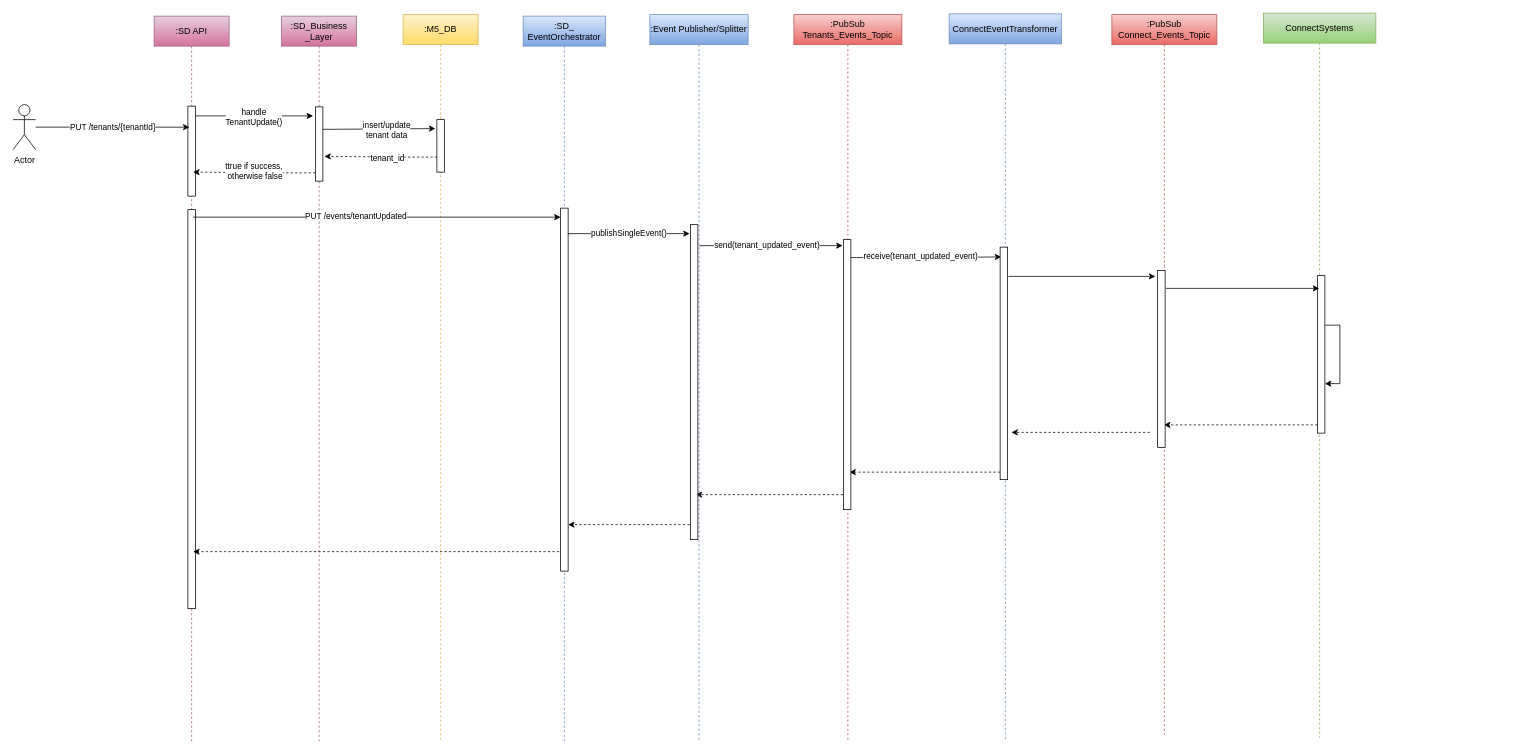
This is TenantSequence.drawio from srinivaspuranamhyd/arc-diagrams, a draw.io file, before an edit. Source tidied: cells renumbered, new cells numbered last; positions are measured from the earlier drawing's top-left corner, leaving out a move shared by most shapes. Both pictures are drawn from the tidied source at 75%, with x=0, y=0 at pixel (13, 13).
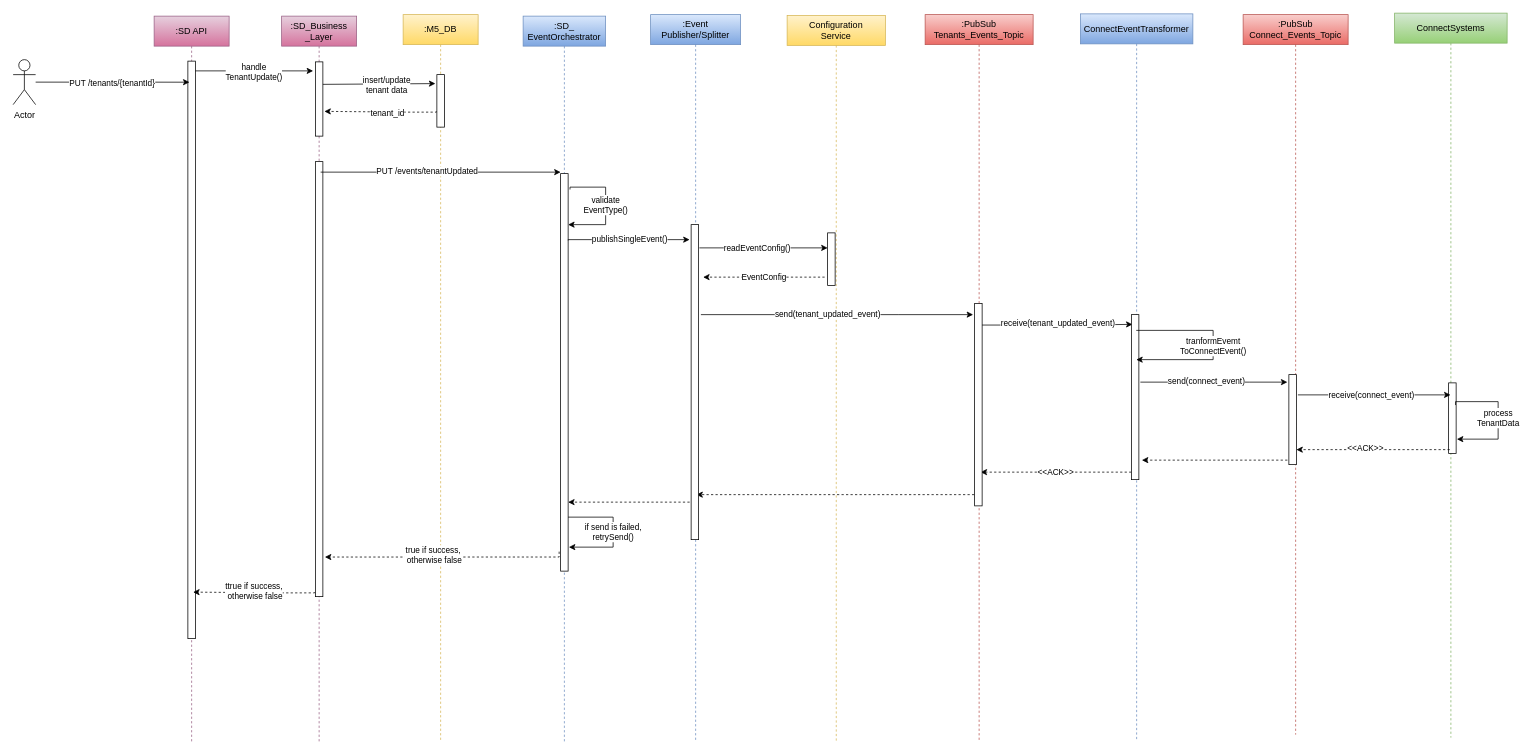
The same page after the edit.

Unchanged cells that the change refers to:
```xml
<mxCell id="7" value=":SD API" style="shape=umlLifeline;perimeter=lifelinePerimeter;whiteSpace=wrap;html=1;outlineConnect=0;gradientColor=#d5739d;fillColor=#e6d0de;strokeColor=#996185;" parent="1" vertex="1">
  <mxGeometry x="188" y="4" width="100" height="968" as="geometry" />
</mxCell>
<mxCell id="12" value=":SD_Business _Layer" style="shape=umlLifeline;perimeter=lifelinePerimeter;whiteSpace=wrap;html=1;gradientColor=#d5739d;fillColor=#e6d0de;strokeColor=#996185;" parent="1" vertex="1">
  <mxGeometry x="358" y="4" width="100" height="968" as="geometry" />
</mxCell>
<mxCell id="14" value=":SD_ EventOrchestrator" style="shape=umlLifeline;perimeter=lifelinePerimeter;whiteSpace=wrap;html=1;gradientColor=#7ea6e0;fillColor=#dae8fc;strokeColor=#6c8ebf;" parent="1" vertex="1">
  <mxGeometry x="680" y="4" width="110" height="968" as="geometry" />
</mxCell>
<mxCell id="23" value=":M5_DB" style="shape=umlLifeline;perimeter=lifelinePerimeter;whiteSpace=wrap;html=1;gradientColor=#ffd966;fillColor=#fff2cc;strokeColor=#d6b656;" parent="1" vertex="1">
  <mxGeometry x="520" y="2" width="100" height="970" as="geometry" />
</mxCell>
```

Change to the diagram source:
```diff
@@
     <mxCell id="2" style="edgeStyle=orthogonalEdgeStyle;rounded=0;jettySize=auto;html=1;dashed=1;" parent="1" edge="1" source="16">
       <mxGeometry relative="1" as="geometry">
-        <mxPoint x="910" y="642" as="targetPoint" />
+        <mxPoint x="911" y="642" as="targetPoint" />
         <Array as="points">
-          <mxPoint x="1080" y="642" />
-          <mxPoint x="1080" y="642" />
+          <mxPoint x="1081" y="642" />
+          <mxPoint x="1081" y="642" />
         </Array>
       </mxGeometry>
     </mxCell>
-    <mxCell id="3" style="edgeStyle=orthogonalEdgeStyle;rounded=0;jettySize=auto;html=1;dashed=1;" parent="1" edge="1" source="44">
+    <mxCell id="3" value="&amp;lt;&amp;lt;ACK&amp;gt;&amp;gt;" style="edgeStyle=orthogonalEdgeStyle;rounded=0;jettySize=auto;html=1;dashed=1;" parent="1" edge="1" source="44">
       <mxGeometry relative="1" as="geometry">
-        <mxPoint x="1115" y="612" as="targetPoint" />
+        <mxPoint x="1290" y="612" as="targetPoint" />
         <Array as="points">
-          <mxPoint x="1290" y="612" />
-          <mxPoint x="1290" y="612" />
+          <mxPoint x="1465" y="612" />
+          <mxPoint x="1465" y="612" />
         </Array>
       </mxGeometry>
     </mxCell>
     <mxCell id="4" style="edgeStyle=orthogonalEdgeStyle;rounded=0;orthogonalLoop=1;jettySize=auto;html=1;dashed=1;" parent="1" edge="1">
       <mxGeometry relative="1" as="geometry">
-        <mxPoint x="1515.5" y="559" as="sourcePoint" />
-        <mxPoint x="1331" y="559" as="targetPoint" />
+        <mxPoint x="1699" y="596" as="sourcePoint" />
+        <mxPoint x="1505" y="596" as="targetPoint" />
         <Array as="points">
-          <mxPoint x="1406.5" y="559" />
-          <mxPoint x="1406.5" y="559" />
+          <mxPoint x="1580.5" y="596" />
+          <mxPoint x="1580.5" y="596" />
         </Array>
       </mxGeometry>
     </mxCell>
     <mxCell id="5" style="edgeStyle=orthogonalEdgeStyle;rounded=0;orthogonalLoop=1;jettySize=auto;html=1;" parent="1" edge="1">
       <mxGeometry relative="1" as="geometry">
-        <mxPoint x="237.5" y="137" as="sourcePoint" />
-        <mxPoint x="400" y="137" as="targetPoint" />
+        <mxPoint x="237.5" y="77" as="sourcePoint" />
+        <mxPoint x="400" y="77" as="targetPoint" />
         <Array as="points">
-          <mxPoint x="340" y="137" />
-          <mxPoint x="340" y="137" />
+          <mxPoint x="340" y="77" />
+          <mxPoint x="340" y="77" />
         </Array>
       </mxGeometry>
     </mxCell>
@@
     <mxCell id="8" style="html=1;perimeter=orthogonalPerimeter;" parent="7" vertex="1">
-      <mxGeometry x="45" y="120" width="10" height="120" as="geometry" />
+      <mxGeometry x="45" y="60" width="10" height="770" as="geometry" />
     </mxCell>
-    <mxCell id="9" style="html=1;points=[];perimeter=orthogonalPerimeter;" parent="7" vertex="1">
-      <mxGeometry x="45" y="258" width="10" height="532" as="geometry" />
-    </mxCell>
     <mxCell id="10" style="edgeStyle=orthogonalEdgeStyle;rounded=0;jettySize=auto;html=1;entryX=-0.2;entryY=0.171;entryDx=0;entryDy=0;entryPerimeter=0;" parent="1" edge="1" target="24">
       <mxGeometry relative="1" as="geometry">
-        <mxPoint x="407.5" y="156" as="sourcePoint" />
+        <mxPoint x="407.5" y="96" as="sourcePoint" />
         <Array as="points">
-          <mxPoint x="408" y="155" />
+          <mxPoint x="408" y="95" />
         </Array>
       </mxGeometry>
     </mxCell>
@@
     <mxCell id="13" style="html=1;perimeter=orthogonalPerimeter;" parent="12" vertex="1">
-      <mxGeometry x="45" y="121" width="10" height="99" as="geometry" />
+      <mxGeometry x="45" y="61" width="10" height="99" as="geometry" />
     </mxCell>
+    <mxCell id="9" style="html=1;points=[];perimeter=orthogonalPerimeter;" parent="12" vertex="1">
+      <mxGeometry x="45" y="194" width="10" height="580" as="geometry" />
+    </mxCell>
@@
     <mxCell id="15" style="html=1;points=[];perimeter=orthogonalPerimeter;" parent="14" vertex="1">
-      <mxGeometry x="50" y="256" width="10" height="484" as="geometry" />
+      <mxGeometry x="50" y="210" width="10" height="530" as="geometry" />
     </mxCell>
+    <mxCell id="48" value="validate&lt;br&gt;EventType()" style="edgeStyle=orthogonalEdgeStyle;rounded=0;orthogonalLoop=1;jettySize=auto;html=1;exitX=1.251;exitY=0.04;exitDx=0;exitDy=0;exitPerimeter=0;" parent="14" edge="1" source="15" target="15">
+      <mxGeometry x="-0.01" relative="1" as="geometry">
+        <Array as="points">
+          <mxPoint x="63" y="228" />
+          <mxPoint x="110" y="228" />
+          <mxPoint x="110" y="278" />
+        </Array>
+      </mxGeometry>
+    </mxCell>
+    <mxCell id="49" value="if send is failed,&lt;br&gt;retrySend()" style="edgeStyle=orthogonalEdgeStyle;rounded=0;jettySize=auto;html=1;" parent="14" edge="1" source="15">
+      <mxGeometry x="0.01" relative="1" as="geometry">
+        <mxPoint x="61" y="708" as="targetPoint" />
+        <Array as="points">
+          <mxPoint x="120" y="668" />
+          <mxPoint x="120" y="708" />
+          <mxPoint x="61" y="708" />
+        </Array>
+      </mxGeometry>
+    </mxCell>
     <mxCell id="16" value=":PubSub&lt;br&gt;Tenants_Events_Topic" style="shape=umlLifeline;perimeter=lifelinePerimeter;whiteSpace=wrap;html=1;outlineConnect=0;fillColor=#f8cecc;strokeColor=#b85450;gradientColor=#ea6b66;" parent="1" vertex="1">
-      <mxGeometry x="1041" y="2" width="144" height="970" as="geometry" />
+      <mxGeometry x="1216" y="2" width="144" height="970" as="geometry" />
     </mxCell>
     <mxCell id="17" value="ConnectEventTransformer" style="shape=umlLifeline;perimeter=lifelinePerimeter;whiteSpace=wrap;html=1;outlineConnect=0;gradientColor=#7ea6e0;fillColor=#dae8fc;strokeColor=#6c8ebf;" parent="1" vertex="1">
-      <mxGeometry x="1248" y="1" width="150" height="968" as="geometry" />
+      <mxGeometry x="1423" y="1" width="150" height="968" as="geometry" />
     </mxCell>
     <mxCell id="18" value="ConnectSystems" style="shape=umlLifeline;perimeter=lifelinePerimeter;whiteSpace=wrap;html=1;outlineConnect=0;gradientColor=#97d077;fillColor=#d5e8d4;strokeColor=#82b366;" parent="1" vertex="1">
-      <mxGeometry x="1667" width="150" height="966" as="geometry" />
+      <mxGeometry x="1842" width="150" height="966" as="geometry" />
     </mxCell>
     <mxCell id="19" style="html=1;points=[];perimeter=orthogonalPerimeter;" parent="18" vertex="1">
-      <mxGeometry x="72" y="350" width="10" height="210" as="geometry" />
+      <mxGeometry x="72" y="493" width="10" height="94" as="geometry" />
     </mxCell>
-    <mxCell id="20" style="edgeStyle=orthogonalEdgeStyle;rounded=0;orthogonalLoop=1;jettySize=auto;html=1;" parent="18" edge="1" source="19" target="19">
+    <mxCell id="20" value="process&lt;br&gt;TenantData" style="edgeStyle=orthogonalEdgeStyle;rounded=0;orthogonalLoop=1;jettySize=auto;html=1;exitX=0.923;exitY=0.209;exitDx=0;exitDy=0;exitPerimeter=0;" parent="18" edge="1">
       <mxGeometry relative="1" as="geometry">
+        <mxPoint x="81.2" y="522.6" as="sourcePoint" />
+        <mxPoint x="83" y="568" as="targetPoint" />
         <Array as="points">
-          <mxPoint x="102" y="416" />
+          <mxPoint x="81" y="518" />
+          <mxPoint x="138" y="518" />
+          <mxPoint x="138" y="568" />
         </Array>
       </mxGeometry>
     </mxCell>
     <mxCell id="21" style="edgeStyle=orthogonalEdgeStyle;rounded=0;orthogonalLoop=1;jettySize=auto;html=1;dashed=1;" parent="1" edge="1">
       <mxGeometry relative="1" as="geometry">
-        <mxPoint x="564.5" y="191" as="sourcePoint" />
-        <mxPoint x="415" y="191" as="targetPoint" />
+        <mxPoint x="564.5" y="131" as="sourcePoint" />
+        <mxPoint x="415" y="131" as="targetPoint" />
         <Array as="points">
-          <mxPoint x="525" y="192" />
-          <mxPoint x="525" y="192" />
+          <mxPoint x="525" y="132" />
+          <mxPoint x="525" y="132" />
         </Array>
       </mxGeometry>
     </mxCell>
@@
     <mxCell id="24" style="html=1;points=[];perimeter=orthogonalPerimeter;" parent="23" vertex="1">
-      <mxGeometry x="45" y="140" width="10" height="70" as="geometry" />
+      <mxGeometry x="45" y="80" width="10" height="70" as="geometry" />
     </mxCell>
-    <mxCell id="25" value="PUT /tenants/{tenantId}" style="edgeStyle=orthogonalEdgeStyle;rounded=0;jettySize=auto;html=1;entryX=0.471;entryY=0.153;entryDx=0;entryDy=0;entryPerimeter=0;" parent="1" edge="1" source="26" target="7">
-      <mxGeometry relative="1" as="geometry" />
+    <mxCell id="25" value="PUT /tenants/{tenantId}" style="edgeStyle=orthogonalEdgeStyle;rounded=0;jettySize=auto;html=1;entryX=0.471;entryY=0.153;entryDx=0;entryDy=0;entryPerimeter=0;" parent="1" edge="1" source="26">
+      <mxGeometry relative="1" as="geometry">
+        <mxPoint x="235.1" y="92.1" as="targetPoint" />
+      </mxGeometry>
     </mxCell>
     <mxCell id="26" value="Actor" style="shape=umlActor;verticalLabelPosition=bottom;verticalAlign=top;html=1;" parent="1" vertex="1">
-      <mxGeometry y="122" width="30" height="60" as="geometry" />
+      <mxGeometry y="62" width="30" height="60" as="geometry" />
     </mxCell>
     <mxCell id="27" style="edgeStyle=orthogonalEdgeStyle;rounded=0;orthogonalLoop=1;jettySize=auto;html=1;dashed=1;" parent="1" edge="1">
       <mxGeometry relative="1" as="geometry">
-        <mxPoint x="402" y="212" as="sourcePoint" />
-        <mxPoint x="240" y="212" as="targetPoint" />
+        <mxPoint x="402" y="772" as="sourcePoint" />
+        <mxPoint x="240" y="772" as="targetPoint" />
         <Array as="points">
-          <mxPoint x="362.5" y="213" />
-          <mxPoint x="362.5" y="213" />
+          <mxPoint x="362.5" y="773" />
+          <mxPoint x="362.5" y="773" />
         </Array>
       </mxGeometry>
     </mxCell>
@@
     <mxCell id="29" style="edgeStyle=orthogonalEdgeStyle;rounded=0;orthogonalLoop=1;jettySize=auto;html=1;" parent="1" edge="1">
       <mxGeometry relative="1" as="geometry">
-        <mxPoint x="240" y="272" as="sourcePoint" />
-        <mxPoint x="730" y="272" as="targetPoint" />
+        <mxPoint x="410" y="212" as="sourcePoint" />
+        <mxPoint x="730" y="212" as="targetPoint" />
         <Array as="points">
-          <mxPoint x="620" y="272" />
-          <mxPoint x="620" y="272" />
+          <mxPoint x="620" y="212" />
+          <mxPoint x="620" y="212" />
         </Array>
       </mxGeometry>
     </mxCell>
@@
     <mxCell id="31" style="edgeStyle=orthogonalEdgeStyle;rounded=0;orthogonalLoop=1;jettySize=auto;html=1;" parent="1" edge="1">
       <mxGeometry relative="1" as="geometry">
-        <mxPoint x="740" y="295" as="sourcePoint" />
-        <mxPoint x="902" y="294" as="targetPoint" />
+        <mxPoint x="740" y="303" as="sourcePoint" />
+        <mxPoint x="902" y="302" as="targetPoint" />
         <Array as="points">
-          <mxPoint x="740.5" y="294" />
+          <mxPoint x="740.5" y="302" />
         </Array>
       </mxGeometry>
     </mxCell>
     <mxCell id="32" value="publishSingleEvent()" style="edgeLabel;html=1;align=center;verticalAlign=middle;" parent="31" vertex="1">
       <mxGeometry x="-0.2" y="-4" relative="1" as="geometry">
-        <mxPoint x="16" y="-6" as="offset" />
+        <mxPoint x="17" y="-6" as="offset" />
       </mxGeometry>
     </mxCell>
-    <mxCell id="33" style="edgeStyle=orthogonalEdgeStyle;rounded=0;orthogonalLoop=1;jettySize=auto;html=1;" parent="1" edge="1">
+    <mxCell id="33" style="edgeStyle=orthogonalEdgeStyle;rounded=0;orthogonalLoop=1;jettySize=auto;html=1;entryX=0.001;entryY=0.357;entryDx=0;entryDy=0;entryPerimeter=0;" parent="1" edge="1">
       <mxGeometry relative="1" as="geometry">
-        <mxPoint x="915" y="310" as="sourcePoint" />
-        <mxPoint x="1106" y="310" as="targetPoint" />
+        <mxPoint x="915" y="313" as="sourcePoint" />
+        <mxPoint x="1086" y="313" as="targetPoint" />
         <Array as="points">
-          <mxPoint x="1086" y="310" />
-          <mxPoint x="1086" y="310" />
+          <mxPoint x="970" y="313" />
+          <mxPoint x="970" y="313" />
         </Array>
       </mxGeometry>
     </mxCell>
-    <mxCell id="34" value="send(tenant_updated_event)" style="edgeLabel;html=1;align=center;verticalAlign=middle;" parent="33" vertex="1">
-      <mxGeometry x="-0.22" y="-1" relative="1" as="geometry">
-        <mxPoint x="15" y="-2" as="offset" />
-      </mxGeometry>
-    </mxCell>
+    <mxCell id="50" value="readEventConfig()" style="edgeLabel;html=1;align=center;verticalAlign=middle;" parent="33" vertex="1">
+      <mxGeometry x="-0.11" y="1" relative="1" as="geometry" />
+    </mxCell>
     <mxCell id="35" value=":PubSub&lt;br&gt;Connect_Events_Topic" style="shape=umlLifeline;perimeter=lifelinePerimeter;whiteSpace=wrap;html=1;outlineConnect=0;gradientColor=#ea6b66;fillColor=#f8cecc;strokeColor=#b85450;" parent="1" vertex="1">
-      <mxGeometry x="1465" y="2" width="140" height="960" as="geometry" />
+      <mxGeometry x="1640" y="2" width="140" height="960" as="geometry" />
     </mxCell>
-    <mxCell id="36" style="edgeStyle=orthogonalEdgeStyle;rounded=0;jettySize=auto;html=1;exitX=1.267;exitY=0.063;exitDx=0;exitDy=0;exitPerimeter=0;entryX=0.151;entryY=0.042;entryDx=0;entryDy=0;entryPerimeter=0;" parent="1" edge="1" target="44">
+    <mxCell id="36" style="edgeStyle=orthogonalEdgeStyle;rounded=0;orthogonalLoop=1;jettySize=auto;html=1;exitX=1.267;exitY=0.063;exitDx=0;exitDy=0;exitPerimeter=0;entryX=0.151;entryY=0.042;entryDx=0;entryDy=0;entryPerimeter=0;" parent="1" edge="1">
       <mxGeometry relative="1" as="geometry">
-        <mxPoint x="1116.7" y="325.9" as="sourcePoint" />
+        <mxPoint x="1291.7" y="415.9" as="sourcePoint" />
+        <mxPoint x="1492.5" y="415" as="targetPoint" />
         <Array as="points">
-          <mxPoint x="1239" y="325" />
+          <mxPoint x="1414" y="415" />
         </Array>
       </mxGeometry>
     </mxCell>
     <mxCell id="37" value="receive(tenant_updated_event)" style="edgeLabel;html=1;align=center;verticalAlign=middle;" parent="36" vertex="1">
       <mxGeometry x="-0.23" y="2" relative="1" as="geometry">
-        <mxPoint x="16" as="offset" />
+        <mxPoint x="24" as="offset" />
       </mxGeometry>
     </mxCell>
     <mxCell id="38" style="edgeStyle=orthogonalEdgeStyle;rounded=0;orthogonalLoop=1;jettySize=auto;html=1;" parent="1" edge="1">
       <mxGeometry relative="1" as="geometry">
-        <mxPoint x="1327" y="351" as="sourcePoint" />
-        <mxPoint x="1523" y="351" as="targetPoint" />
+        <mxPoint x="1503" y="492" as="sourcePoint" />
+        <mxPoint x="1699" y="492" as="targetPoint" />
         <Array as="points">
-          <mxPoint x="1473" y="351" />
-          <mxPoint x="1473" y="351" />
+          <mxPoint x="1649" y="492" />
+          <mxPoint x="1649" y="492" />
         </Array>
       </mxGeometry>
     </mxCell>
+    <mxCell id="51" value="send(connect_event)" style="edgeLabel;html=1;align=center;verticalAlign=middle;" parent="38" vertex="1">
+      <mxGeometry x="-0.32" y="3" relative="1" as="geometry">
+        <mxPoint x="20" y="1" as="offset" />
+      </mxGeometry>
+    </mxCell>
-    <mxCell id="39" style="edgeStyle=orthogonalEdgeStyle;rounded=0;jettySize=auto;html=1;" parent="1" edge="1" target="18">
+    <mxCell id="39" style="edgeStyle=orthogonalEdgeStyle;rounded=0;orthogonalLoop=1;jettySize=auto;html=1;exitX=1.201;exitY=0.158;exitDx=0;exitDy=0;exitPerimeter=0;" parent="1" edge="1">
       <mxGeometry relative="1" as="geometry">
-        <mxPoint x="1537" y="367" as="sourcePoint" />
+        <mxPoint x="1713" y="509" as="sourcePoint" />
+        <mxPoint x="1916.5" y="509" as="targetPoint" />
         <Array as="points">
-          <mxPoint x="1690" y="367" />
-          <mxPoint x="1690" y="367" />
+          <mxPoint x="1790" y="509" />
+          <mxPoint x="1790" y="509" />
         </Array>
       </mxGeometry>
     </mxCell>
+    <mxCell id="52" value="receive(connect_event)" style="edgeLabel;html=1;align=center;verticalAlign=middle;" parent="39" vertex="1">
+      <mxGeometry x="-0.25" y="3" relative="1" as="geometry">
+        <mxPoint x="21" y="2" as="offset" />
+      </mxGeometry>
+    </mxCell>
-    <mxCell id="40" style="edgeStyle=orthogonalEdgeStyle;rounded=0;jettySize=auto;html=1;dashed=1;" parent="1" edge="1" source="19" target="35">
+    <mxCell id="40" style="edgeStyle=orthogonalEdgeStyle;rounded=0;orthogonalLoop=1;jettySize=auto;html=1;dashed=1;" parent="1" edge="1">
       <mxGeometry relative="1" as="geometry">
+        <mxPoint x="1915.5" y="582" as="sourcePoint" />
+        <mxPoint x="1711" y="582" as="targetPoint" />
         <Array as="points">
-          <mxPoint x="1609" y="549" />
-          <mxPoint x="1609" y="549" />
+          <mxPoint x="1785.5" y="582" />
+          <mxPoint x="1785.5" y="582" />
         </Array>
       </mxGeometry>
     </mxCell>
+    <mxCell id="53" value="&amp;lt;&amp;lt;ACK&amp;gt;&amp;gt;" style="edgeLabel;html=1;align=center;verticalAlign=middle;" parent="40" vertex="1">
+      <mxGeometry x="0.11" y="-3" relative="1" as="geometry" />
+    </mxCell>
     <mxCell id="41" value=":Event Publisher/Splitter" style="shape=umlLifeline;perimeter=lifelinePerimeter;whiteSpace=wrap;html=1;gradientColor=#7ea6e0;fillColor=#dae8fc;strokeColor=#6c8ebf;" parent="1" vertex="1">
-      <mxGeometry x="849" y="2" width="131" height="970" as="geometry" />
+      <mxGeometry x="850" y="2" width="120" height="970" as="geometry" />
     </mxCell>
@@
     <mxCell id="43" style="html=1;perimeter=orthogonalPerimeter;" parent="41" vertex="1">
-      <mxGeometry x="258" y="300" width="10" height="360" as="geometry" />
+      <mxGeometry x="432" y="385" width="10" height="270" as="geometry" />
     </mxCell>
     <mxCell id="44" style="html=1;points=[];perimeter=orthogonalPerimeter;" parent="41" vertex="1">
-      <mxGeometry x="467" y="310" width="10" height="310" as="geometry" />
+      <mxGeometry x="641" y="400" width="10" height="220" as="geometry" />
     </mxCell>
     <mxCell id="45" style="html=1;perimeter=orthogonalPerimeter;" parent="41" vertex="1">
-      <mxGeometry x="677" y="341" width="10" height="236" as="geometry" />
+      <mxGeometry x="851" y="480" width="10" height="120" as="geometry" />
     </mxCell>
     <mxCell id="46" style="edgeStyle=orthogonalEdgeStyle;rounded=0;orthogonalLoop=1;jettySize=auto;html=1;dashed=1;" parent="1" edge="1">
       <mxGeometry relative="1" as="geometry">
-        <mxPoint x="902" y="682" as="sourcePoint" />
-        <mxPoint x="740" y="682" as="targetPoint" />
+        <mxPoint x="902" y="652" as="sourcePoint" />
+        <mxPoint x="740" y="652" as="targetPoint" />
         <Array as="points">
-          <mxPoint x="902" y="682" />
-          <mxPoint x="740" y="682" />
+          <mxPoint x="902" y="652" />
+          <mxPoint x="740" y="652" />
         </Array>
       </mxGeometry>
     </mxCell>
-    <mxCell id="47" style="edgeStyle=orthogonalEdgeStyle;rounded=0;orthogonalLoop=1;jettySize=auto;html=1;dashed=1;" parent="1" edge="1">
+    <mxCell id="47" style="edgeStyle=orthogonalEdgeStyle;rounded=0;jettySize=auto;html=1;dashed=1;entryX=1.267;entryY=0.909;entryDx=0;entryDy=0;entryPerimeter=0;" parent="1" edge="1" target="9">
       <mxGeometry relative="1" as="geometry">
         <mxPoint x="728" y="718" as="sourcePoint" />
-        <mxPoint x="240" y="718" as="targetPoint" />
         <Array as="points">
-          <mxPoint x="448" y="718" />
-          <mxPoint x="448" y="718" />
+          <mxPoint x="728" y="725" />
         </Array>
       </mxGeometry>
     </mxCell>
+    <mxCell id="54" value="true if success,&lt;br&gt;&amp;nbsp;otherwise false" style="edgeLabel;html=1;align=center;verticalAlign=middle;" parent="47" vertex="1">
+      <mxGeometry x="0.1" y="-3" relative="1" as="geometry" />
+    </mxCell>
+    <mxCell id="55" value="Configuration&lt;br&gt;Service" style="shape=umlLifeline;perimeter=lifelinePerimeter;whiteSpace=wrap;html=1;gradientColor=#ffd966;fillColor=#fff2cc;strokeColor=#d6b656;" parent="1" vertex="1">
+      <mxGeometry x="1032" y="3" width="131" height="970" as="geometry" />
+    </mxCell>
+    <mxCell id="56" style="html=1;perimeter=orthogonalPerimeter;" parent="55" vertex="1">
+      <mxGeometry x="54" y="290" width="10" height="70" as="geometry" />
+    </mxCell>
+    <mxCell id="57" value="EventConfig" style="edgeStyle=orthogonalEdgeStyle;rounded=0;orthogonalLoop=1;jettySize=auto;html=1;dashed=1;" parent="1" edge="1">
+      <mxGeometry relative="1" as="geometry">
+        <mxPoint x="1082" y="352" as="sourcePoint" />
+        <mxPoint x="920" y="352" as="targetPoint" />
+        <Array as="points">
+          <mxPoint x="1082" y="352" />
+        </Array>
+      </mxGeometry>
+    </mxCell>
+    <mxCell id="58" style="edgeStyle=orthogonalEdgeStyle;rounded=0;orthogonalLoop=1;jettySize=auto;html=1;" parent="1" edge="1">
+      <mxGeometry relative="1" as="geometry">
+        <mxPoint x="917" y="402" as="sourcePoint" />
+        <mxPoint x="1280" y="402" as="targetPoint" />
+        <Array as="points">
+          <mxPoint x="1180" y="402" />
+          <mxPoint x="1180" y="402" />
+        </Array>
+      </mxGeometry>
+    </mxCell>
+    <mxCell id="34" value="send(tenant_updated_event)" style="edgeLabel;html=1;align=center;verticalAlign=middle;" parent="58" vertex="1">
+      <mxGeometry x="-0.22" y="-1" relative="1" as="geometry">
+        <mxPoint x="26" y="-2" as="offset" />
+      </mxGeometry>
+    </mxCell>
+    <mxCell id="59" value="tranformEvemt&lt;br&gt;ToConnectEvent()" style="edgeStyle=orthogonalEdgeStyle;rounded=0;orthogonalLoop=1;jettySize=auto;html=1;" parent="1" edge="1" source="17" target="17">
+      <mxGeometry relative="1" as="geometry">
+        <Array as="points">
+          <mxPoint x="1600" y="423" />
+          <mxPoint x="1600" y="462" />
+        </Array>
+        <mxPoint y="1" as="offset" />
+      </mxGeometry>
+    </mxCell>
```
